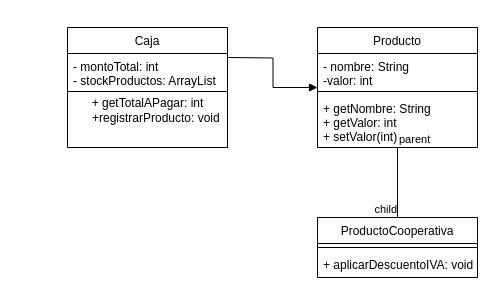
Above: src/tp4_interfaces/Untitled Diagram.drawio in lucianosantoleri/Obj2-UNQ-Santoleri (draw.io), before the change. Source tidied: cells renumbered, new cells numbered last; positions are measured from the earlier drawing's top-left corner, leaving out a move shared by most shapes. Both pictures are drawn from the tidied source at 100%, with x=0, y=0 at pixel (67, 27).
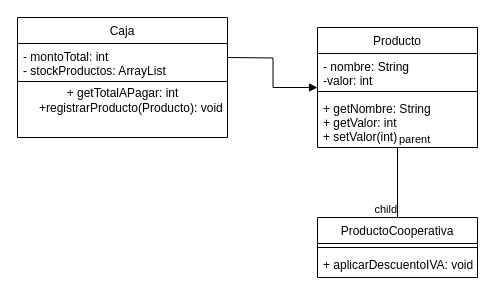
The same diagram, later.

Change to the diagram source:
```diff
@@
 <mxGraphModel>
   <root>
     <mxCell id="0" />
     <mxCell id="1" parent="0" />
     <mxCell id="2" value="Caja" style="swimlane;fontStyle=0;align=center;verticalAlign=top;horizontal=1;startSize=26;rounded=0;shadow=0;strokeWidth=1;" parent="1" vertex="1">
-      <mxGeometry width="160" height="120" as="geometry" />
+      <mxGeometry x="-50" y="-10" width="210" height="120" as="geometry" />
     </mxCell>
     <mxCell id="3" value="- montoTotal: int&#10;- stockProductos: ArrayList" style="text;align=left;verticalAlign=top;spacingLeft=4;spacingRight=4;overflow=hidden;" parent="2" vertex="1">
-      <mxGeometry y="26" width="160" height="34" as="geometry" />
+      <mxGeometry y="26" width="210" height="34" as="geometry" />
     </mxCell>
     <mxCell id="4" style="line;html=1;strokeWidth=1;align=left;verticalAlign=middle;spacingTop=-1;spacingLeft=3;spacingRight=3;labelPosition=right;" parent="2" vertex="1">
-      <mxGeometry y="60" width="160" height="8" as="geometry" />
+      <mxGeometry y="60" width="210" height="8" as="geometry" />
     </mxCell>
-    <mxCell id="5" value="+ getTotalAPagar: int&lt;br&gt;&amp;nbsp; &amp;nbsp; &amp;nbsp;+registrarProducto: void" style="text;html=1;align=center;verticalAlign=middle;strokeColor=none;" parent="2" vertex="1">
-      <mxGeometry y="68" width="160" height="30" as="geometry" />
+    <mxCell id="5" value="+ getTotalAPagar: int&lt;br&gt;&amp;nbsp; &amp;nbsp; &amp;nbsp;+registrarProducto(Producto): void" style="text;html=1;align=center;verticalAlign=middle;strokeColor=none;" parent="2" vertex="1">
+      <mxGeometry y="68" width="210" height="30" as="geometry" />
     </mxCell>
     <mxCell id="6" value="Producto" style="swimlane;fontStyle=0;align=center;verticalAlign=top;horizontal=1;startSize=26;" parent="1" vertex="1">
       <mxGeometry x="250" width="160" height="120" as="geometry" />
     </mxCell>
     <mxCell id="7" value="- nombre: String&#10;-valor: int" style="text;strokeColor=none;fillColor=none;align=left;verticalAlign=top;spacingLeft=4;spacingRight=4;overflow=hidden;fontStyle=0;" parent="6" vertex="1">
       <mxGeometry y="26" width="160" height="34" as="geometry" />
     </mxCell>
     <mxCell id="8" style="line;strokeWidth=1;fillColor=none;align=left;verticalAlign=middle;spacingTop=-1;spacingLeft=3;spacingRight=3;labelPosition=right;" parent="6" vertex="1">
       <mxGeometry y="60" width="160" height="8" as="geometry" />
     </mxCell>
     <mxCell id="9" value="+ getNombre: String&#10;+ getValor: int&#10;+ setValor(int)" style="text;strokeColor=none;fillColor=none;align=left;verticalAlign=top;spacingLeft=4;spacingRight=4;overflow=hidden;fontStyle=0;" parent="6" vertex="1">
       <mxGeometry y="68" width="160" height="52" as="geometry" />
     </mxCell>
     <mxCell id="10" style="html=1;verticalAlign=bottom;endArrow=block;rounded=0;edgeStyle=orthogonalEdgeStyle;" parent="1" edge="1" target="6">
       <mxGeometry x="-0.25" y="-20" relative="1" as="geometry">
         <mxPoint x="160" y="30" as="sourcePoint" />
         <mxPoint x="20" y="-20" as="offset" />
       </mxGeometry>
     </mxCell>
     <mxCell id="11" value="ProductoCooperativa" style="swimlane;fontStyle=0;align=center;verticalAlign=top;horizontal=1;startSize=26;" parent="1" vertex="1">
       <mxGeometry x="250" y="190" width="160" height="60" as="geometry" />
     </mxCell>
     <mxCell id="12" style="line;strokeWidth=1;fillColor=none;align=left;verticalAlign=middle;spacingTop=-1;spacingLeft=3;spacingRight=3;labelPosition=right;" parent="11" vertex="1">
       <mxGeometry y="26" width="160" height="8" as="geometry" />
     </mxCell>
     <mxCell id="13" value="+ aplicarDescuentoIVA: void" style="text;strokeColor=none;fillColor=none;align=left;verticalAlign=top;spacingLeft=4;spacingRight=4;overflow=hidden;" parent="11" vertex="1">
       <mxGeometry y="34" width="160" height="26" as="geometry" />
     </mxCell>
     <mxCell id="14" style="endArrow=none;html=1;edgeStyle=orthogonalEdgeStyle;rounded=0;entryX=0.5;entryY=0;entryDx=0;entryDy=0;" parent="1" edge="1" source="6" target="11">
       <mxGeometry relative="1" as="geometry" />
     </mxCell>
     <mxCell id="15" value="parent" style="edgeLabel;html=1;align=left;verticalAlign=bottom;" parent="14" vertex="1">
       <mxGeometry x="-1" relative="1" as="geometry" />
     </mxCell>
     <mxCell id="16" value="child" style="edgeLabel;html=1;align=right;verticalAlign=bottom;" parent="14" vertex="1">
       <mxGeometry x="1" relative="1" as="geometry" />
     </mxCell>
   </root>
 </mxGraphModel>
```
